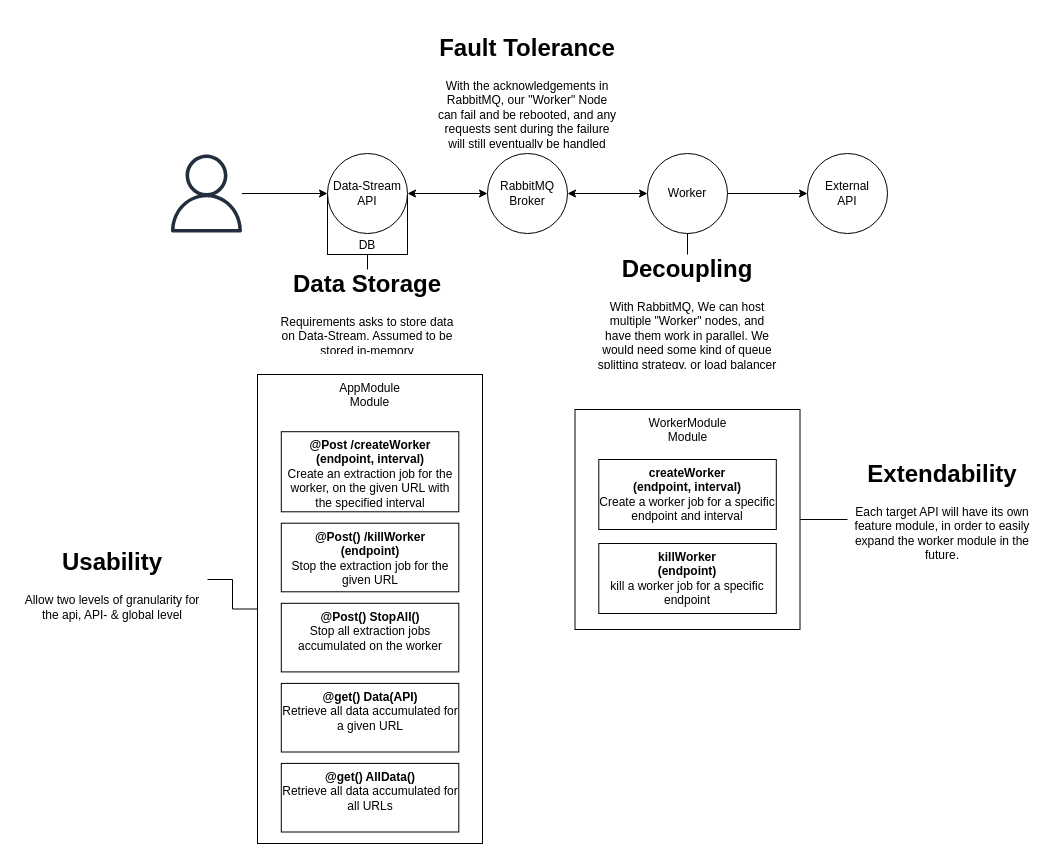
The draw.io diagram stucture.drawio in kasperhangard/coding-challenge, before the edit. Source tidied: cells renumbered, new cells numbered last; positions are measured from the earlier drawing's top-left corner, leaving out a move shared by most shapes. Both pictures are drawn from the tidied source at 100%, with x=0, y=0 at pixel (17, 33).
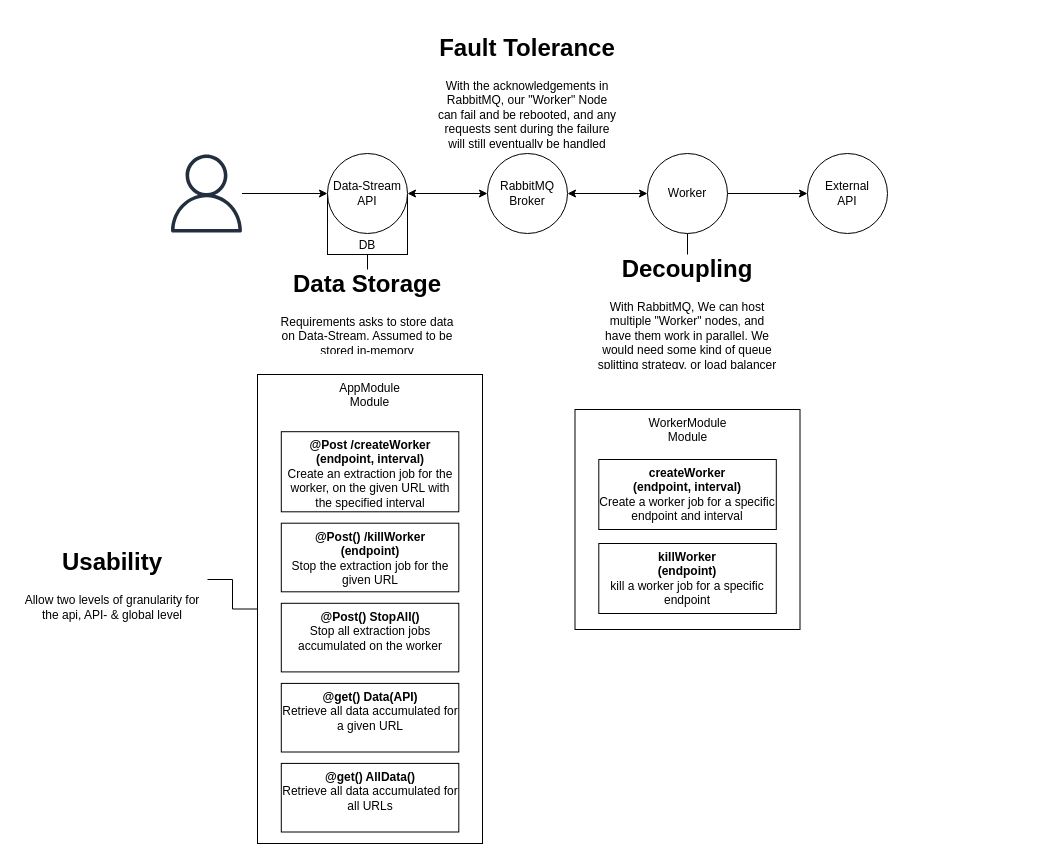
After the change.

Commit message (it also covers changes not shown here):
Input validation for input when creating a worker job

The change refers to these unchanged cells:
```xml
<mxCell id="27" value="WorkerModule&lt;br&gt;Module" style="rounded=0;whiteSpace=wrap;html=1;verticalAlign=top;" parent="26" vertex="1">
  <mxGeometry width="225" height="220" as="geometry" />
</mxCell>
```

Diff of the diagram source:
```diff
@@
-    <mxCell id="17" style="edgeStyle=orthogonalEdgeStyle;rounded=0;jettySize=auto;html=1;endArrow=none;endFill=0;entryX=1;entryY=0.5;entryDx=0;entryDy=0;" parent="1" edge="1" source="18" target="27">
-      <mxGeometry relative="1" as="geometry" />
-    </mxCell>
-    <mxCell id="18" value="&lt;h1&gt;Extendability&lt;/h1&gt;&lt;p&gt;Each target API will have its own feature module, in order to easily expand the worker module in the future.&lt;/p&gt;" style="text;html=1;strokeColor=none;fillColor=none;spacing=5;spacingTop=-20;whiteSpace=wrap;overflow=hidden;rounded=0;verticalAlign=bottom;align=center;" parent="1" vertex="1">
-      <mxGeometry x="830" y="426" width="190" height="120" as="geometry" />
-    </mxCell>
```
